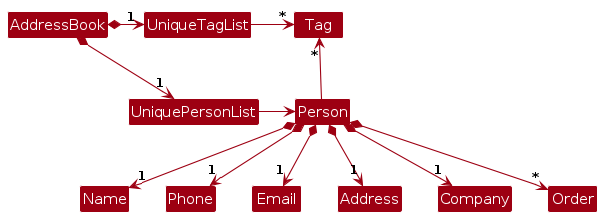
Earlier version of the PlantUML export diagrams/BetterModelClassDiagram.png (AY2324S2-CS2103T-T16-3/tp). Its source is kept beside it as diagrams/BetterModelClassDiagram.puml.
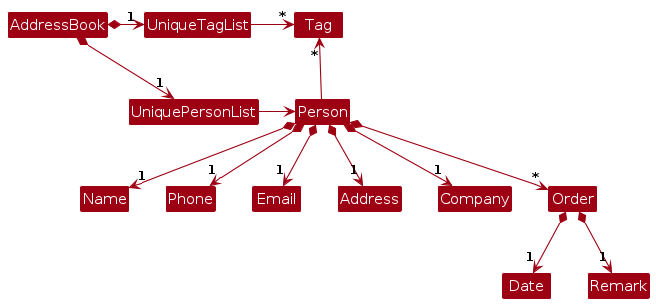
Above is the later version.

What changed in the source:
```diff
@@ -20,4 +20,8 @@
 Person *--> "1" Address
 Person *--> "1" Company
 Person *--> "*" Order
+
+Order *--> "1" Date
+Order *--> "1" Remark
+
 @enduml
```
